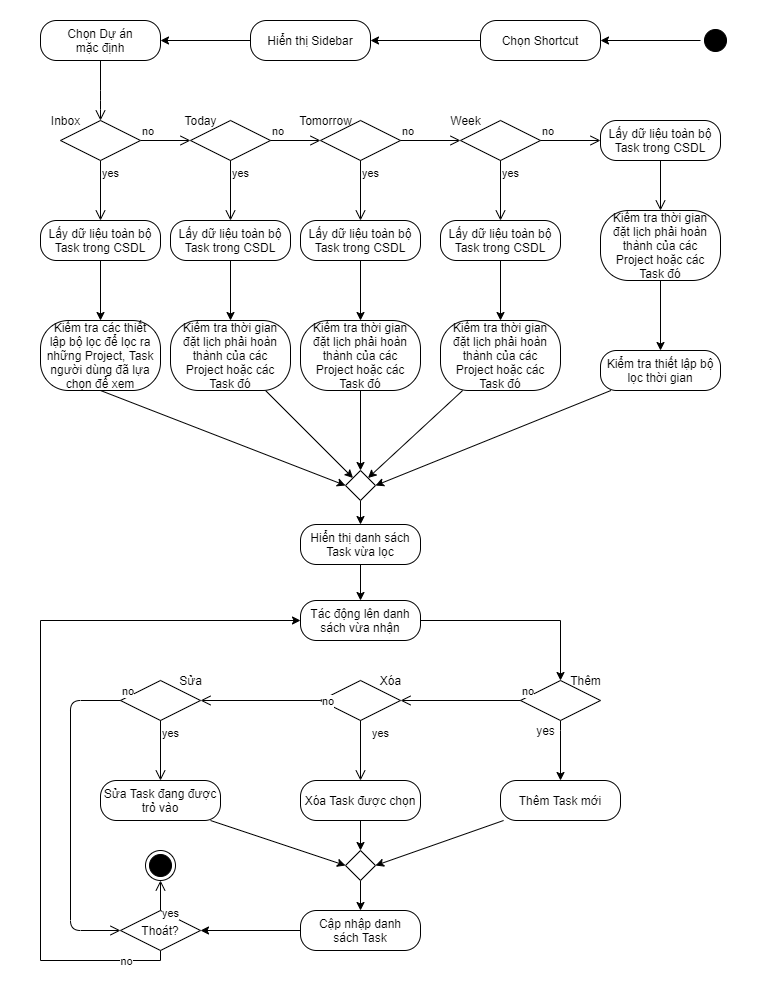
This is ToDoApp-Doc/Document/Diagram/Activity Diagram/DefaultProjectManagement/ActivityDiagram_DefaultProjectManagement.png from Merevoli-DatLuu/To-Do-App, a draw.io export, as it was before one commit. Source tidied: cells renumbered, new cells last; positions are measured from the earlier drawing's top-left corner, leaving out a move shared by most shapes.
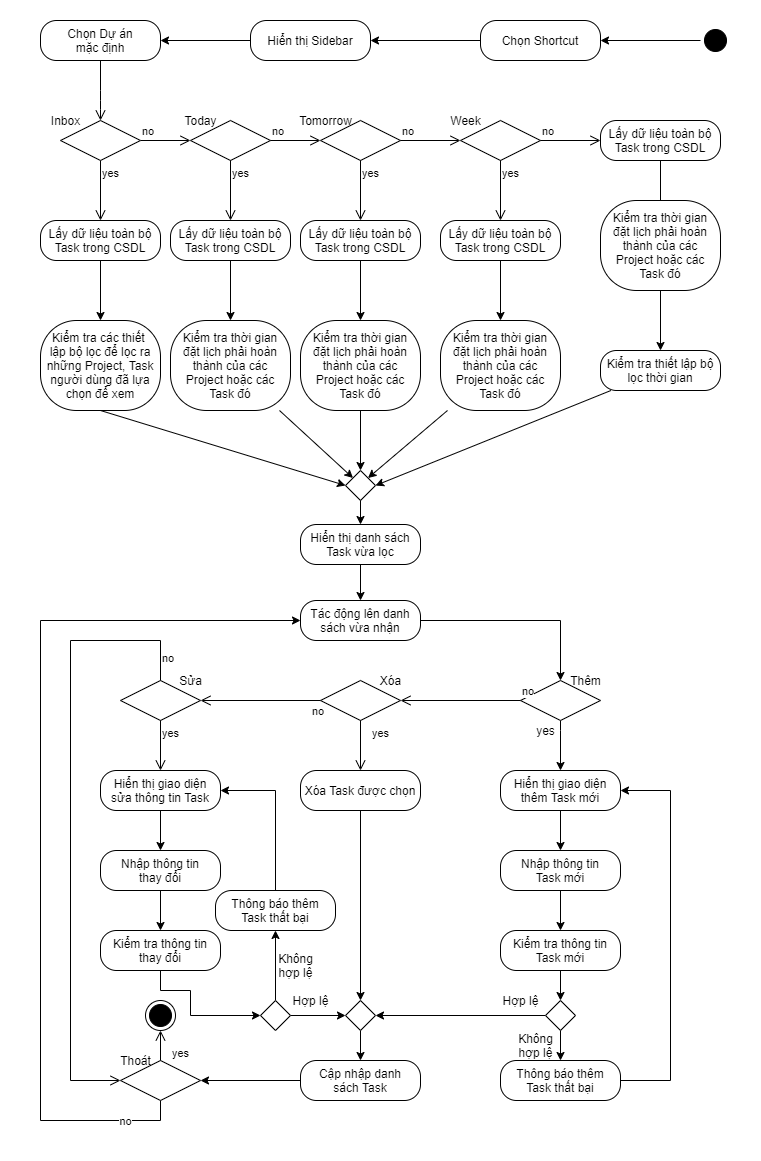
Later version of the same file.

Commit message:
[TODO-78]-[Modified]: DefaultProjectManagement Activity Diagran

The edit, as a diff of the source:
```diff
@@ -3,7 +3,7 @@
     <mxCell id="0" />
     <mxCell id="1" parent="0" />
     <mxCell id="2" style="rounded=0;whiteSpace=wrap;html=1;fillColor=#FFFFFF;strokeColor=none;" parent="1" vertex="1">
-      <mxGeometry width="760" height="990" as="geometry" />
+      <mxGeometry width="760" height="1160" as="geometry" />
     </mxCell>
     <mxCell id="3" style="edgeStyle=orthogonalEdgeStyle;rounded=0;jettySize=auto;html=1;entryX=1;entryY=0.5;entryDx=0;entryDy=0;strokeColor=#000000;" parent="1" edge="1" source="4" target="73">
       <mxGeometry relative="1" as="geometry" />
@@ -32,8 +32,8 @@
     <mxCell id="9" style="rounded=0;jettySize=auto;html=1;entryX=0;entryY=0.5;entryDx=0;entryDy=0;strokeColor=#000000;exitX=0.5;exitY=1;exitDx=0;exitDy=0;" parent="1" edge="1" source="10" target="67">
       <mxGeometry relative="1" as="geometry" />
     </mxCell>
-    <mxCell id="10" value="&lt;table class=&quot;NormalTable&quot;&gt;&lt;tbody&gt;&lt;tr&gt;&lt;td width=&quot;200&quot;&gt;&lt;span class=&quot;fontstyle0&quot;&gt;Kiểm tra các thiết lập bộ lọc để lọc ra những Project, Task người dùng đã lựa chọn để xem&lt;/span&gt;&lt;/td&gt;&lt;/tr&gt;&lt;/tbody&gt;&lt;/table&gt; " style="rounded=1;whiteSpace=wrap;html=1;arcSize=40;" parent="1" vertex="1">
-      <mxGeometry x="40" y="320" width="120" height="70" as="geometry" />
+    <mxCell id="10" value="&lt;table class=&quot;NormalTable&quot;&gt;&lt;tbody&gt;&lt;tr&gt;&lt;td width=&quot;200&quot;&gt;&lt;span class=&quot;fontstyle0&quot;&gt;Kiểm tra các thiết &lt;br&gt;lập bộ lọc để lọc ra những Project, Task người dùng đã lựa chọn để xem&lt;/span&gt;&lt;/td&gt;&lt;/tr&gt;&lt;/tbody&gt;&lt;/table&gt; " style="rounded=1;whiteSpace=wrap;html=1;arcSize=40;" parent="1" vertex="1">
+      <mxGeometry x="40" y="320" width="120" height="90" as="geometry" />
     </mxCell>
     <mxCell id="11" style="edgeStyle=orthogonalEdgeStyle;rounded=0;jettySize=auto;html=1;entryX=0.5;entryY=0;entryDx=0;entryDy=0;strokeColor=#000000;" parent="1" edge="1" source="12" target="14">
       <mxGeometry relative="1" as="geometry" />
@@ -116,25 +116,25 @@
       <mxGeometry relative="1" as="geometry" />
     </mxCell>
     <mxCell id="35" value="&lt;table class=&quot;NormalTable&quot;&gt;&lt;tbody&gt;&lt;tr&gt;&lt;td width=&quot;200&quot;&gt;&lt;span class=&quot;fontstyle0&quot;&gt;Kiểm tra thời gian đặt lịch phải hoàn thành của các Project hoặc các Task đó&lt;/span&gt;&lt;/td&gt;&lt;/tr&gt;&lt;/tbody&gt;&lt;/table&gt; " style="rounded=1;whiteSpace=wrap;html=1;arcSize=40;" parent="1" vertex="1">
-      <mxGeometry x="170" y="320" width="120" height="70" as="geometry" />
+      <mxGeometry x="170" y="320" width="120" height="90" as="geometry" />
     </mxCell>
     <mxCell id="36" style="edgeStyle=none;rounded=0;jettySize=auto;html=1;entryX=0.5;entryY=0;entryDx=0;entryDy=0;strokeColor=#000000;" parent="1" edge="1" source="37" target="67">
       <mxGeometry relative="1" as="geometry" />
     </mxCell>
     <mxCell id="37" value="&lt;table class=&quot;NormalTable&quot;&gt;&lt;tbody&gt;&lt;tr&gt;&lt;td width=&quot;200&quot;&gt;&lt;span class=&quot;fontstyle0&quot;&gt;Kiểm tra thời gian đặt lịch phải hoàn thành của các Project hoặc các Task đó&lt;/span&gt;&lt;/td&gt;&lt;/tr&gt;&lt;/tbody&gt;&lt;/table&gt; " style="rounded=1;whiteSpace=wrap;html=1;arcSize=40;" parent="1" vertex="1">
-      <mxGeometry x="300" y="320" width="120" height="70" as="geometry" />
+      <mxGeometry x="300" y="320" width="120" height="90" as="geometry" />
     </mxCell>
     <mxCell id="38" style="edgeStyle=none;rounded=0;jettySize=auto;html=1;entryX=1;entryY=0;entryDx=0;entryDy=0;strokeColor=#000000;" parent="1" edge="1" source="39" target="67">
       <mxGeometry relative="1" as="geometry" />
     </mxCell>
     <mxCell id="39" value="&lt;table class=&quot;NormalTable&quot;&gt;&lt;tbody&gt;&lt;tr&gt;&lt;td width=&quot;200&quot;&gt;&lt;span class=&quot;fontstyle0&quot;&gt;Kiểm tra thời gian đặt lịch phải hoàn thành của các Project hoặc các Task đó&lt;/span&gt;&lt;/td&gt;&lt;/tr&gt;&lt;/tbody&gt;&lt;/table&gt; " style="rounded=1;whiteSpace=wrap;html=1;arcSize=40;" parent="1" vertex="1">
-      <mxGeometry x="440" y="320" width="120" height="70" as="geometry" />
+      <mxGeometry x="440" y="320" width="120" height="90" as="geometry" />
     </mxCell>
     <mxCell id="40" style="edgeStyle=none;rounded=0;jettySize=auto;html=1;entryX=0.5;entryY=0;entryDx=0;entryDy=0;strokeColor=#000000;" parent="1" edge="1" source="41" target="43">
       <mxGeometry relative="1" as="geometry" />
     </mxCell>
     <mxCell id="41" value="&lt;table class=&quot;NormalTable&quot;&gt;&lt;tbody&gt;&lt;tr&gt;&lt;td width=&quot;200&quot;&gt;&lt;span class=&quot;fontstyle0&quot;&gt;Kiểm tra thời gian đặt lịch phải hoàn thành của các Project hoặc các Task đó&lt;/span&gt;&lt;/td&gt;&lt;/tr&gt;&lt;/tbody&gt;&lt;/table&gt; " style="rounded=1;whiteSpace=wrap;html=1;arcSize=40;" parent="1" vertex="1">
-      <mxGeometry x="600" y="210" width="120" height="70" as="geometry" />
+      <mxGeometry x="600" y="200" width="120" height="90" as="geometry" />
     </mxCell>
     <mxCell id="42" style="edgeStyle=none;rounded=0;jettySize=auto;html=1;entryX=1;entryY=0.5;entryDx=0;entryDy=0;strokeColor=#000000;" parent="1" edge="1" source="43" target="67">
       <mxGeometry relative="1" as="geometry" />
@@ -160,7 +160,7 @@
       <mxGeometry x="320" y="680" width="80" height="40" as="geometry" />
     </mxCell>
     <mxCell id="48" value="no" style="edgeStyle=orthogonalEdgeStyle;html=1;align=left;verticalAlign=bottom;endArrow=open;endSize=8;exitX=0;exitY=0.5;exitDx=0;exitDy=0;" parent="1" edge="1" source="47" target="50">
-      <mxGeometry x="-1" y="10" relative="1" as="geometry" />
+      <mxGeometry x="-0.83" y="20" relative="1" as="geometry" />
     </mxCell>
     <mxCell id="49" value="yes" style="edgeStyle=orthogonalEdgeStyle;html=1;align=left;verticalAlign=top;endArrow=open;endSize=8;exitX=0.5;exitY=1;exitDx=0;exitDy=0;entryX=0.5;entryY=0;entryDx=0;entryDy=0;" parent="1" edge="1" source="47" target="56">
       <mxGeometry x="-1" y="10" relative="1" as="geometry" />
@@ -168,51 +168,50 @@
     <mxCell id="50" style="rhombus;whiteSpace=wrap;html=1;" parent="1" vertex="1">
       <mxGeometry x="120" y="680" width="80" height="40" as="geometry" />
     </mxCell>
-    <mxCell id="51" value="no" style="edgeStyle=orthogonalEdgeStyle;html=1;align=left;verticalAlign=bottom;endArrow=open;endSize=8;exitX=0;exitY=0.5;exitDx=0;exitDy=0;entryX=0;entryY=0.5;entryDx=0;entryDy=0;" parent="1" edge="1" source="50" target="64">
-      <mxGeometry x="-1" relative="1" as="geometry">
+    <mxCell id="51" value="no" style="edgeStyle=orthogonalEdgeStyle;html=1;align=left;verticalAlign=bottom;endArrow=open;endSize=8;exitX=0.5;exitY=0;exitDx=0;exitDy=0;entryX=0;entryY=0.5;entryDx=0;entryDy=0;rounded=0;" parent="1" edge="1" source="50" target="64">
+      <mxGeometry x="-0.96" relative="1" as="geometry">
         <Array as="points">
-          <mxPoint x="70" y="700" />
-          <mxPoint x="70" y="930" />
+          <mxPoint x="160" y="640" />
+          <mxPoint x="70" y="640" />
+          <mxPoint x="70" y="1080" />
         </Array>
       </mxGeometry>
     </mxCell>
     <mxCell id="52" value="yes" style="edgeStyle=orthogonalEdgeStyle;html=1;align=left;verticalAlign=top;endArrow=open;endSize=8;exitX=0.5;exitY=1;exitDx=0;exitDy=0;" parent="1" edge="1" source="50" target="58">
       <mxGeometry x="-1" relative="1" as="geometry" />
     </mxCell>
-    <mxCell id="53" style="edgeStyle=none;rounded=0;jettySize=auto;html=1;entryX=1;entryY=0.5;entryDx=0;entryDy=0;strokeColor=#000000;" parent="1" edge="1" source="54" target="69">
-      <mxGeometry relative="1" as="geometry" />
-    </mxCell>
+    <mxCell id="83" style="edgeStyle=orthogonalEdgeStyle;rounded=0;jettySize=auto;html=1;entryX=0.5;entryY=0;entryDx=0;entryDy=0;" parent="1" edge="1" source="54" target="89">
+      <mxGeometry relative="1" as="geometry" />
+    </mxCell>
-    <mxCell id="54" value="Thêm Task mới" style="rounded=1;whiteSpace=wrap;html=1;arcSize=40;" parent="1" vertex="1">
-      <mxGeometry x="500" y="780" width="120" height="40" as="geometry" />
+    <mxCell id="54" value="Hiển thị giao diện&lt;br&gt;thêm Task mới" style="rounded=1;whiteSpace=wrap;html=1;arcSize=40;" parent="1" vertex="1">
+      <mxGeometry x="500" y="770" width="120" height="40" as="geometry" />
     </mxCell>
     <mxCell id="55" style="edgeStyle=none;rounded=0;jettySize=auto;html=1;entryX=0.5;entryY=0;entryDx=0;entryDy=0;strokeColor=#000000;" parent="1" edge="1" source="56" target="69">
       <mxGeometry relative="1" as="geometry" />
     </mxCell>
     <mxCell id="56" value="Xóa Task được chọn" style="rounded=1;whiteSpace=wrap;html=1;arcSize=40;" parent="1" vertex="1">
-      <mxGeometry x="300" y="780" width="120" height="40" as="geometry" />
+      <mxGeometry x="300" y="770" width="120" height="40" as="geometry" />
     </mxCell>
-    <mxCell id="57" style="edgeStyle=none;rounded=0;jettySize=auto;html=1;entryX=0;entryY=0.5;entryDx=0;entryDy=0;strokeColor=#000000;" parent="1" edge="1" target="69">
-      <mxGeometry relative="1" as="geometry">
-        <mxPoint x="210" y="820" as="sourcePoint" />
-      </mxGeometry>
-    </mxCell>
+    <mxCell id="84" style="edgeStyle=orthogonalEdgeStyle;rounded=0;jettySize=auto;html=1;entryX=0.5;entryY=0;entryDx=0;entryDy=0;" parent="1" edge="1" source="58" target="99">
+      <mxGeometry relative="1" as="geometry" />
+    </mxCell>
-    <mxCell id="58" value="Sửa Task đang được trỏ vào" style="rounded=1;whiteSpace=wrap;html=1;arcSize=40;" parent="1" vertex="1">
-      <mxGeometry x="100" y="780" width="120" height="40" as="geometry" />
+    <mxCell id="58" value="Hiển thị giao diện&lt;br&gt;sửa thông tin Task" style="rounded=1;whiteSpace=wrap;html=1;arcSize=40;" parent="1" vertex="1">
+      <mxGeometry x="100" y="770" width="120" height="40" as="geometry" />
     </mxCell>
     <mxCell id="59" style="edgeStyle=none;rounded=0;jettySize=auto;html=1;entryX=1;entryY=0.5;entryDx=0;entryDy=0;strokeColor=#000000;" parent="1" edge="1" source="60" target="64">
       <mxGeometry relative="1" as="geometry" />
     </mxCell>
     <mxCell id="60" value="Cập nhập danh&lt;br&gt;sách Task" style="rounded=1;whiteSpace=wrap;html=1;arcSize=40;" parent="1" vertex="1">
-      <mxGeometry x="300" y="910" width="120" height="40" as="geometry" />
+      <mxGeometry x="300" y="1060" width="120" height="40" as="geometry" />
     </mxCell>
     <mxCell id="61" style="ellipse;html=1;shape=endState;fillColor=#000000;" parent="1" vertex="1">
-      <mxGeometry x="145" y="850" width="30" height="30" as="geometry" />
+      <mxGeometry x="145" y="1000" width="30" height="30" as="geometry" />
     </mxCell>
     <mxCell id="62" style="edgeStyle=orthogonalEdgeStyle;rounded=0;jettySize=auto;html=1;entryX=0;entryY=0.5;entryDx=0;entryDy=0;strokeColor=#000000;exitX=0.5;exitY=1;exitDx=0;exitDy=0;" parent="1" edge="1" source="64" target="14">
       <mxGeometry relative="1" as="geometry">
         <Array as="points">
-          <mxPoint x="160" y="960" />
-          <mxPoint x="40" y="960" />
+          <mxPoint x="160" y="1120" />
+          <mxPoint x="40" y="1120" />
           <mxPoint x="40" y="620" />
         </Array>
       </mxGeometry>
@@ -220,11 +219,11 @@
     <mxCell id="63" value="no" style="edgeLabel;html=1;align=center;verticalAlign=middle;" parent="62" vertex="1">
       <mxGeometry x="-0.88" relative="1" as="geometry" />
     </mxCell>
-    <mxCell id="64" value="Thoát?" style="rhombus;whiteSpace=wrap;html=1;" parent="1" vertex="1">
-      <mxGeometry x="120" y="910" width="80" height="40" as="geometry" />
+    <mxCell id="64" style="rhombus;whiteSpace=wrap;html=1;" parent="1" vertex="1">
+      <mxGeometry x="120" y="1060" width="80" height="40" as="geometry" />
     </mxCell>
     <mxCell id="65" value="yes" style="edgeStyle=orthogonalEdgeStyle;html=1;align=left;verticalAlign=top;endArrow=open;endSize=8;entryX=0.5;entryY=1;entryDx=0;entryDy=0;" parent="1" edge="1" source="64" target="61">
-      <mxGeometry x="-0.33" relative="1" as="geometry" />
+      <mxGeometry x="0.33" y="-10" relative="1" as="geometry" />
     </mxCell>
     <mxCell id="66" style="edgeStyle=orthogonalEdgeStyle;rounded=0;jettySize=auto;html=1;exitX=0.5;exitY=1;exitDx=0;exitDy=0;entryX=0.5;entryY=0;entryDx=0;entryDy=0;strokeColor=#000000;" parent="1" edge="1" source="67" target="12">
       <mxGeometry relative="1" as="geometry" />
@@ -236,7 +235,7 @@
       <mxGeometry relative="1" as="geometry" />
     </mxCell>
     <mxCell id="69" style="rhombus;strokeColor=#000000;fillColor=#FFFFFF;" parent="1" vertex="1">
-      <mxGeometry x="345" y="850" width="30" height="30" as="geometry" />
+      <mxGeometry x="345" y="1000" width="30" height="30" as="geometry" />
     </mxCell>
     <mxCell id="70" style="edgeStyle=orthogonalEdgeStyle;rounded=0;jettySize=auto;html=1;strokeColor=#000000;" parent="1" edge="1" source="71" target="5">
       <mxGeometry relative="1" as="geometry" />
@@ -277,5 +276,85 @@
     <mxCell id="82" value="Week" style="text;html=1;align=center;verticalAlign=middle;" parent="1" vertex="1">
       <mxGeometry x="440" y="110" width="50" height="20" as="geometry" />
     </mxCell>
+    <mxCell id="85" value="Thoát" style="text;html=1;align=center;verticalAlign=middle;" parent="1" vertex="1">
+      <mxGeometry x="110" y="1050" width="50" height="20" as="geometry" />
+    </mxCell>
+    <mxCell id="86" style="edgeStyle=orthogonalEdgeStyle;rounded=0;jettySize=auto;html=1;entryX=0.5;entryY=0;entryDx=0;entryDy=0;" parent="1" edge="1" source="87" target="92">
+      <mxGeometry relative="1" as="geometry" />
+    </mxCell>
+    <mxCell id="87" value="Kiểm tra thông tin Task mới" style="rounded=1;whiteSpace=wrap;html=1;arcSize=40;" parent="1" vertex="1">
+      <mxGeometry x="500" y="930" width="120" height="40" as="geometry" />
+    </mxCell>
+    <mxCell id="88" style="edgeStyle=orthogonalEdgeStyle;rounded=0;jettySize=auto;html=1;entryX=0.5;entryY=0;entryDx=0;entryDy=0;" parent="1" edge="1" source="89" target="87">
+      <mxGeometry relative="1" as="geometry" />
+    </mxCell>
+    <mxCell id="89" value="Nhập thông tin&lt;br&gt;Task mới" style="rounded=1;whiteSpace=wrap;html=1;arcSize=40;" parent="1" vertex="1">
+      <mxGeometry x="500" y="850" width="120" height="40" as="geometry" />
+    </mxCell>
+    <mxCell id="90" style="edgeStyle=orthogonalEdgeStyle;rounded=0;jettySize=auto;html=1;entryX=1;entryY=0.5;entryDx=0;entryDy=0;" parent="1" edge="1" source="92" target="69">
+      <mxGeometry relative="1" as="geometry" />
+    </mxCell>
+    <mxCell id="91" style="edgeStyle=orthogonalEdgeStyle;rounded=0;jettySize=auto;html=1;" parent="1" edge="1" source="92" target="96">
+      <mxGeometry relative="1" as="geometry" />
+    </mxCell>
+    <mxCell id="92" style="rhombus;strokeColor=#000000;fillColor=#FFFFFF;" parent="1" vertex="1">
+      <mxGeometry x="545" y="1000" width="30" height="30" as="geometry" />
+    </mxCell>
+    <mxCell id="93" value="Hợp lệ" style="text;html=1;align=center;verticalAlign=middle;" parent="1" vertex="1">
+      <mxGeometry x="285" y="990" width="50" height="20" as="geometry" />
+    </mxCell>
+    <mxCell id="94" value="Hợp lệ" style="text;html=1;align=center;verticalAlign=middle;" parent="1" vertex="1">
+      <mxGeometry x="495" y="990" width="50" height="20" as="geometry" />
+    </mxCell>
+    <mxCell id="95" style="edgeStyle=orthogonalEdgeStyle;rounded=0;jettySize=auto;html=1;entryX=1;entryY=0.5;entryDx=0;entryDy=0;" parent="1" edge="1" source="96" target="54">
+      <mxGeometry relative="1" as="geometry">
+        <Array as="points">
+          <mxPoint x="670" y="1080" />
+          <mxPoint x="670" y="790" />
+        </Array>
+      </mxGeometry>
+    </mxCell>
+    <mxCell id="96" value="Thông báo thêm&lt;br&gt;Task thất bại" style="rounded=1;whiteSpace=wrap;html=1;arcSize=40;" parent="1" vertex="1">
+      <mxGeometry x="500" y="1060" width="120" height="40" as="geometry" />
+    </mxCell>
+    <mxCell id="97" value="Không&lt;br&gt;hợp lệ" style="text;html=1;align=center;verticalAlign=middle;" parent="1" vertex="1">
+      <mxGeometry x="510" y="1030" width="50" height="30" as="geometry" />
+    </mxCell>
+    <mxCell id="98" style="edgeStyle=orthogonalEdgeStyle;rounded=0;jettySize=auto;html=1;entryX=0.5;entryY=0;entryDx=0;entryDy=0;" parent="1" edge="1" source="99" target="101">
+      <mxGeometry relative="1" as="geometry" />
+    </mxCell>
+    <mxCell id="99" value="Nhập thông tin&lt;br&gt;thay đổi" style="rounded=1;whiteSpace=wrap;html=1;arcSize=40;" parent="1" vertex="1">
+      <mxGeometry x="100" y="850" width="120" height="40" as="geometry" />
+    </mxCell>
+    <mxCell id="100" style="edgeStyle=orthogonalEdgeStyle;rounded=0;jettySize=auto;html=1;entryX=0;entryY=0.5;entryDx=0;entryDy=0;exitX=0.5;exitY=1;exitDx=0;exitDy=0;" parent="1" edge="1" source="101" target="104">
+      <mxGeometry relative="1" as="geometry">
+        <Array as="points">
+          <mxPoint x="160" y="990" />
+          <mxPoint x="190" y="990" />
+          <mxPoint x="190" y="1015" />
+        </Array>
+      </mxGeometry>
+    </mxCell>
+    <mxCell id="101" value="Kiểm tra thông tin thay đổi" style="rounded=1;whiteSpace=wrap;html=1;arcSize=40;" parent="1" vertex="1">
+      <mxGeometry x="100" y="930" width="120" height="40" as="geometry" />
+    </mxCell>
+    <mxCell id="102" style="edgeStyle=orthogonalEdgeStyle;rounded=0;jettySize=auto;html=1;entryX=0;entryY=0.5;entryDx=0;entryDy=0;" parent="1" edge="1" source="104" target="69">
+      <mxGeometry relative="1" as="geometry" />
+    </mxCell>
+    <mxCell id="103" style="edgeStyle=orthogonalEdgeStyle;rounded=0;jettySize=auto;html=1;entryX=0.5;entryY=1;entryDx=0;entryDy=0;" parent="1" edge="1" source="104" target="106">
+      <mxGeometry relative="1" as="geometry" />
+    </mxCell>
+    <mxCell id="104" style="rhombus;strokeColor=#000000;fillColor=#FFFFFF;" parent="1" vertex="1">
+      <mxGeometry x="260" y="1000" width="30" height="30" as="geometry" />
+    </mxCell>
+    <mxCell id="105" style="edgeStyle=orthogonalEdgeStyle;rounded=0;jettySize=auto;html=1;entryX=1;entryY=0.5;entryDx=0;entryDy=0;" parent="1" edge="1" source="106" target="58">
+      <mxGeometry relative="1" as="geometry" />
+    </mxCell>
+    <mxCell id="106" value="Thông báo thêm&lt;br&gt;Task thất bại" style="rounded=1;whiteSpace=wrap;html=1;arcSize=40;" parent="1" vertex="1">
+      <mxGeometry x="215" y="890" width="120" height="40" as="geometry" />
+    </mxCell>
+    <mxCell id="107" value="Không&lt;br&gt;hợp lệ" style="text;html=1;align=center;verticalAlign=middle;" parent="1" vertex="1">
+      <mxGeometry x="270" y="950" width="50" height="30" as="geometry" />
+    </mxCell>
   </root>
 </mxGraphModel>
```
